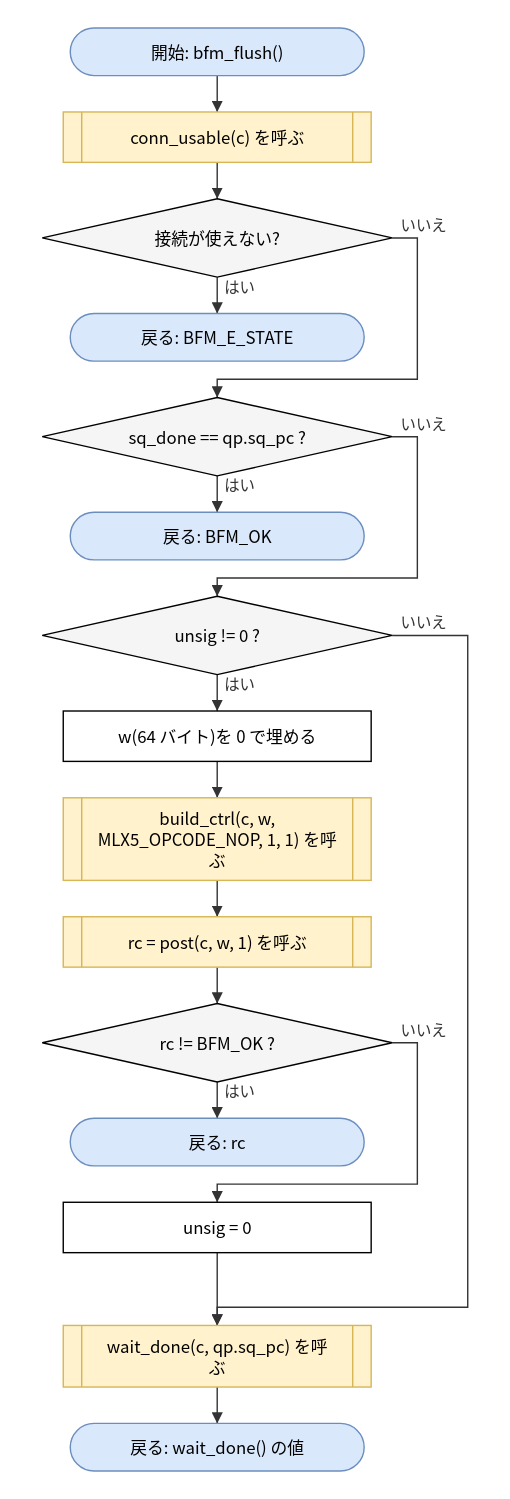
The draw.io diagram doc/spec/images/flow_src_bfm_ops-bfm_flush.drawio.svg in hf355051012-ai/bfmem, before a commit. Source tidied: cells renumbered, new cells last; positions are measured from the earlier drawing's top-left corner, leaving out a move shared by most shapes. Its diagram source:
```xml
<mxGraphModel>
  <root>
    <mxCell id="0" />
    <mxCell id="1" parent="0" />
    <mxCell id="2" value="開始: bfm_flush()" style="rounded=1;arcSize=50;whiteSpace=wrap;html=1;fillColor=#dae8fc;strokeColor=#6c8ebf;" parent="1" vertex="1">
      <mxGeometry x="20" width="210" height="34" as="geometry" />
    </mxCell>
    <mxCell id="3" value="conn_usable(c) を呼ぶ" style="shape=process;whiteSpace=wrap;html=1;backgroundOutline=1;size=0.06;fillColor=#fff2cc;strokeColor=#d6b656;" parent="1" vertex="1">
      <mxGeometry x="15" y="60" width="220" height="36" as="geometry" />
    </mxCell>
    <mxCell id="4" value="接続が使えない?" style="rhombus;whiteSpace=wrap;html=1;fillColor=#f5f5f5;" parent="1" vertex="1">
      <mxGeometry y="122" width="250" height="56" as="geometry" />
    </mxCell>
    <mxCell id="5" value="戻る: BFM_E_STATE" style="rounded=1;arcSize=50;whiteSpace=wrap;html=1;fillColor=#dae8fc;strokeColor=#6c8ebf;" parent="1" vertex="1">
      <mxGeometry x="20" y="204" width="210" height="34" as="geometry" />
    </mxCell>
    <mxCell id="6" value="sq_done == qp.sq_pc ?" style="rhombus;whiteSpace=wrap;html=1;fillColor=#f5f5f5;" parent="1" vertex="1">
      <mxGeometry y="264" width="250" height="56" as="geometry" />
    </mxCell>
    <mxCell id="7" value="戻る: BFM_OK" style="rounded=1;arcSize=50;whiteSpace=wrap;html=1;fillColor=#dae8fc;strokeColor=#6c8ebf;" parent="1" vertex="1">
      <mxGeometry x="20" y="346" width="210" height="34" as="geometry" />
    </mxCell>
    <mxCell id="8" value="unsig != 0 ?" style="rhombus;whiteSpace=wrap;html=1;fillColor=#f5f5f5;" parent="1" vertex="1">
      <mxGeometry y="406" width="250" height="56" as="geometry" />
    </mxCell>
    <mxCell id="9" value="w(64 バイト)を 0 で埋める" style="rounded=0;whiteSpace=wrap;html=1;" parent="1" vertex="1">
      <mxGeometry x="15" y="488" width="220" height="36" as="geometry" />
    </mxCell>
    <mxCell id="10" value="build_ctrl(c, w,&lt;br&gt;MLX5_OPCODE_NOP, 1, 1) を呼&lt;br&gt;ぶ" style="shape=process;whiteSpace=wrap;html=1;backgroundOutline=1;size=0.06;fillColor=#fff2cc;strokeColor=#d6b656;" parent="1" vertex="1">
      <mxGeometry x="15" y="550" width="220" height="59" as="geometry" />
    </mxCell>
    <mxCell id="11" value="rc = post(c, w, 1) を呼ぶ" style="shape=process;whiteSpace=wrap;html=1;backgroundOutline=1;size=0.06;fillColor=#fff2cc;strokeColor=#d6b656;" parent="1" vertex="1">
      <mxGeometry x="15" y="635" width="220" height="36" as="geometry" />
    </mxCell>
    <mxCell id="12" value="rc != BFM_OK ?" style="rhombus;whiteSpace=wrap;html=1;fillColor=#f5f5f5;" parent="1" vertex="1">
      <mxGeometry y="697" width="250" height="56" as="geometry" />
    </mxCell>
    <mxCell id="13" value="戻る: rc" style="rounded=1;arcSize=50;whiteSpace=wrap;html=1;fillColor=#dae8fc;strokeColor=#6c8ebf;" parent="1" vertex="1">
      <mxGeometry x="20" y="779" width="210" height="34" as="geometry" />
    </mxCell>
    <mxCell id="14" value="unsig = 0" style="rounded=0;whiteSpace=wrap;html=1;" parent="1" vertex="1">
      <mxGeometry x="15" y="839" width="220" height="36" as="geometry" />
    </mxCell>
    <mxCell id="15" value="wait_done(c, qp.sq_pc) を呼&lt;br&gt;ぶ" style="shape=process;whiteSpace=wrap;html=1;backgroundOutline=1;size=0.06;fillColor=#fff2cc;strokeColor=#d6b656;" parent="1" vertex="1">
      <mxGeometry x="15" y="927" width="220" height="44" as="geometry" />
    </mxCell>
    <mxCell id="16" value="戻る: wait_done() の値" style="rounded=1;arcSize=50;whiteSpace=wrap;html=1;fillColor=#dae8fc;strokeColor=#6c8ebf;" parent="1" vertex="1">
      <mxGeometry x="20" y="997" width="210" height="34" as="geometry" />
    </mxCell>
    <mxCell id="17" style="edgeStyle=none;html=1;rounded=0;endArrow=block;endFill=1;exitX=0.5000;exitY=1.0000;exitDx=0;exitDy=0;exitPerimeter=0;entryX=0.5000;entryY=0.0000;entryDx=0;entryDy=0;entryPerimeter=0;" parent="1" edge="1" source="2" target="3">
      <mxGeometry relative="1" as="geometry" />
    </mxCell>
    <mxCell id="18" style="edgeStyle=none;html=1;rounded=0;endArrow=block;endFill=1;exitX=0.5000;exitY=1.0000;exitDx=0;exitDy=0;exitPerimeter=0;entryX=0.5000;entryY=0.0000;entryDx=0;entryDy=0;entryPerimeter=0;" parent="1" edge="1" source="3" target="4">
      <mxGeometry relative="1" as="geometry" />
    </mxCell>
    <mxCell id="19" value="はい" style="edgeStyle=none;html=1;rounded=0;endArrow=block;endFill=1;exitX=0.5000;exitY=1.0000;exitDx=0;exitDy=0;exitPerimeter=0;entryX=0.5000;entryY=0.0000;entryDx=0;entryDy=0;entryPerimeter=0;" parent="1" edge="1" source="4" target="5">
      <mxGeometry relative="1" as="geometry" />
    </mxCell>
    <mxCell id="20" value="いいえ" style="edgeStyle=none;html=1;rounded=0;endArrow=block;endFill=1;exitX=1.0000;exitY=0.5000;exitDx=0;exitDy=0;exitPerimeter=0;entryX=0.5000;entryY=0.0000;entryDx=0;entryDy=0;entryPerimeter=0;" parent="1" edge="1" source="4" target="6">
      <mxGeometry relative="1" as="geometry">
        <Array as="points">
          <mxPoint x="268" y="150" />
          <mxPoint x="268" y="251" />
          <mxPoint x="125" y="251" />
        </Array>
      </mxGeometry>
    </mxCell>
    <mxCell id="21" value="はい" style="edgeStyle=none;html=1;rounded=0;endArrow=block;endFill=1;exitX=0.5000;exitY=1.0000;exitDx=0;exitDy=0;exitPerimeter=0;entryX=0.5000;entryY=0.0000;entryDx=0;entryDy=0;entryPerimeter=0;" parent="1" edge="1" source="6" target="7">
      <mxGeometry relative="1" as="geometry" />
    </mxCell>
    <mxCell id="22" value="いいえ" style="edgeStyle=none;html=1;rounded=0;endArrow=block;endFill=1;exitX=1.0000;exitY=0.5000;exitDx=0;exitDy=0;exitPerimeter=0;entryX=0.5000;entryY=0.0000;entryDx=0;entryDy=0;entryPerimeter=0;" parent="1" edge="1" source="6" target="8">
      <mxGeometry relative="1" as="geometry">
        <Array as="points">
          <mxPoint x="268" y="292" />
          <mxPoint x="268" y="393" />
          <mxPoint x="125" y="393" />
        </Array>
      </mxGeometry>
    </mxCell>
    <mxCell id="23" value="はい" style="edgeStyle=none;html=1;rounded=0;endArrow=block;endFill=1;exitX=0.5000;exitY=1.0000;exitDx=0;exitDy=0;exitPerimeter=0;entryX=0.5000;entryY=0.0000;entryDx=0;entryDy=0;entryPerimeter=0;" parent="1" edge="1" source="8" target="9">
      <mxGeometry relative="1" as="geometry" />
    </mxCell>
    <mxCell id="24" style="edgeStyle=none;html=1;rounded=0;endArrow=block;endFill=1;exitX=0.5000;exitY=1.0000;exitDx=0;exitDy=0;exitPerimeter=0;entryX=0.5000;entryY=0.0000;entryDx=0;entryDy=0;entryPerimeter=0;" parent="1" edge="1" source="9" target="10">
      <mxGeometry relative="1" as="geometry" />
    </mxCell>
    <mxCell id="25" style="edgeStyle=none;html=1;rounded=0;endArrow=block;endFill=1;exitX=0.5000;exitY=1.0000;exitDx=0;exitDy=0;exitPerimeter=0;entryX=0.5000;entryY=0.0000;entryDx=0;entryDy=0;entryPerimeter=0;" parent="1" edge="1" source="10" target="11">
      <mxGeometry relative="1" as="geometry" />
    </mxCell>
    <mxCell id="26" style="edgeStyle=none;html=1;rounded=0;endArrow=block;endFill=1;exitX=0.5000;exitY=1.0000;exitDx=0;exitDy=0;exitPerimeter=0;entryX=0.5000;entryY=0.0000;entryDx=0;entryDy=0;entryPerimeter=0;" parent="1" edge="1" source="11" target="12">
      <mxGeometry relative="1" as="geometry" />
    </mxCell>
    <mxCell id="27" value="はい" style="edgeStyle=none;html=1;rounded=0;endArrow=block;endFill=1;exitX=0.5000;exitY=1.0000;exitDx=0;exitDy=0;exitPerimeter=0;entryX=0.5000;entryY=0.0000;entryDx=0;entryDy=0;entryPerimeter=0;" parent="1" edge="1" source="12" target="13">
      <mxGeometry relative="1" as="geometry" />
    </mxCell>
    <mxCell id="28" value="いいえ" style="edgeStyle=none;html=1;rounded=0;endArrow=block;endFill=1;exitX=1.0000;exitY=0.5000;exitDx=0;exitDy=0;exitPerimeter=0;entryX=0.5000;entryY=0.0000;entryDx=0;entryDy=0;entryPerimeter=0;" parent="1" edge="1" source="12" target="14">
      <mxGeometry relative="1" as="geometry">
        <Array as="points">
          <mxPoint x="268" y="725" />
          <mxPoint x="268" y="826" />
          <mxPoint x="125" y="826" />
        </Array>
      </mxGeometry>
    </mxCell>
    <mxCell id="29" style="edgeStyle=none;html=1;rounded=0;endArrow=block;endFill=1;exitX=0.5000;exitY=1.0000;exitDx=0;exitDy=0;exitPerimeter=0;entryX=0.5000;entryY=0.0000;entryDx=0;entryDy=0;entryPerimeter=0;" parent="1" edge="1" source="14" target="15">
      <mxGeometry relative="1" as="geometry" />
    </mxCell>
    <mxCell id="30" value="いいえ" style="edgeStyle=none;html=1;rounded=0;endArrow=block;endFill=1;exitX=1.0000;exitY=0.5000;exitDx=0;exitDy=0;exitPerimeter=0;entryX=0.5000;entryY=0.0000;entryDx=0;entryDy=0;entryPerimeter=0;" parent="1" edge="1" source="8" target="15">
      <mxGeometry relative="1" as="geometry">
        <Array as="points">
          <mxPoint x="304" y="434" />
          <mxPoint x="304" y="914" />
          <mxPoint x="125" y="914" />
        </Array>
      </mxGeometry>
    </mxCell>
    <mxCell id="31" style="edgeStyle=none;html=1;rounded=0;endArrow=block;endFill=1;exitX=0.5000;exitY=1.0000;exitDx=0;exitDy=0;exitPerimeter=0;entryX=0.5000;entryY=0.0000;entryDx=0;entryDy=0;entryPerimeter=0;" parent="1" edge="1" source="15" target="16">
      <mxGeometry relative="1" as="geometry" />
    </mxCell>
  </root>
</mxGraphModel>
```
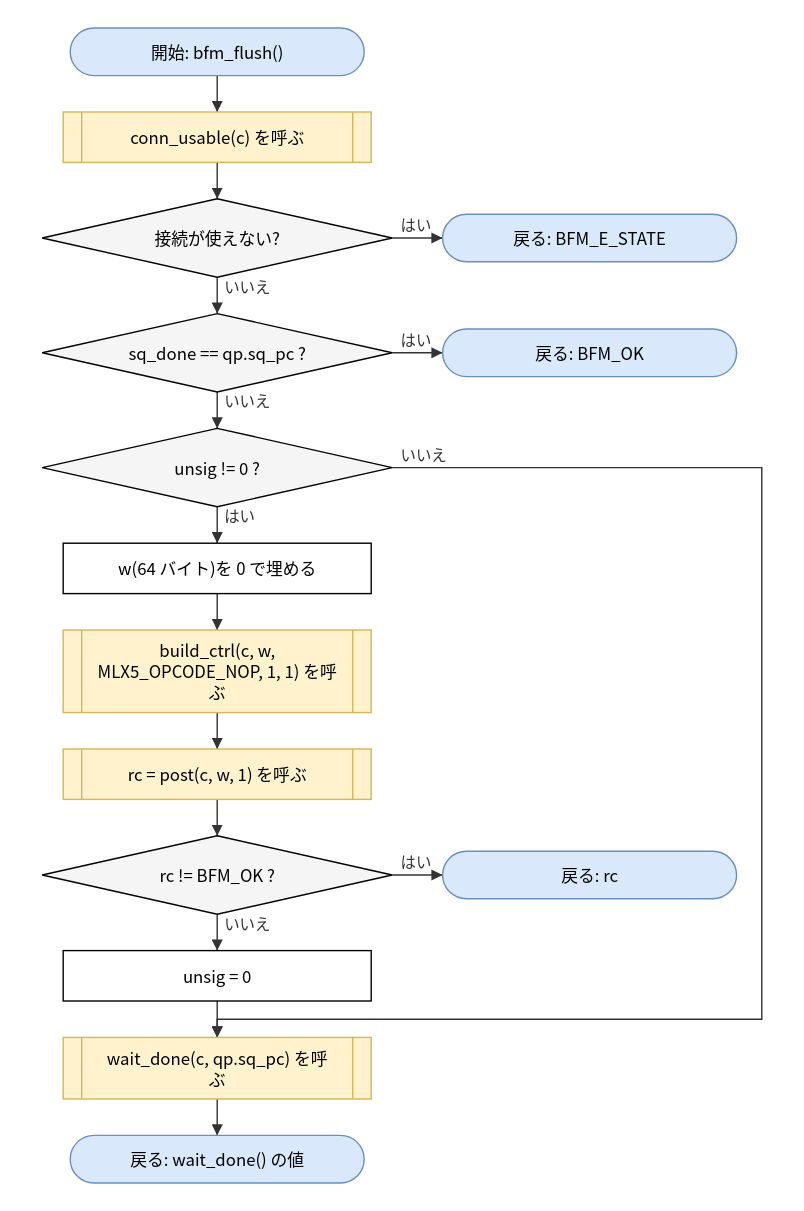
The same diagram one commit later.

The edit, as a diff of the source:
```diff
@@ -12,40 +12,40 @@
       <mxGeometry y="122" width="250" height="56" as="geometry" />
     </mxCell>
     <mxCell id="5" value="戻る: BFM_E_STATE" style="rounded=1;arcSize=50;whiteSpace=wrap;html=1;fillColor=#dae8fc;strokeColor=#6c8ebf;" parent="1" vertex="1">
-      <mxGeometry x="20" y="204" width="210" height="34" as="geometry" />
+      <mxGeometry x="286" y="133" width="210" height="34" as="geometry" />
     </mxCell>
     <mxCell id="6" value="sq_done == qp.sq_pc ?" style="rhombus;whiteSpace=wrap;html=1;fillColor=#f5f5f5;" parent="1" vertex="1">
-      <mxGeometry y="264" width="250" height="56" as="geometry" />
+      <mxGeometry y="204" width="250" height="56" as="geometry" />
     </mxCell>
     <mxCell id="7" value="戻る: BFM_OK" style="rounded=1;arcSize=50;whiteSpace=wrap;html=1;fillColor=#dae8fc;strokeColor=#6c8ebf;" parent="1" vertex="1">
-      <mxGeometry x="20" y="346" width="210" height="34" as="geometry" />
+      <mxGeometry x="286" y="215" width="210" height="34" as="geometry" />
     </mxCell>
     <mxCell id="8" value="unsig != 0 ?" style="rhombus;whiteSpace=wrap;html=1;fillColor=#f5f5f5;" parent="1" vertex="1">
-      <mxGeometry y="406" width="250" height="56" as="geometry" />
+      <mxGeometry y="286" width="250" height="56" as="geometry" />
     </mxCell>
     <mxCell id="9" value="w(64 バイト)を 0 で埋める" style="rounded=0;whiteSpace=wrap;html=1;" parent="1" vertex="1">
-      <mxGeometry x="15" y="488" width="220" height="36" as="geometry" />
+      <mxGeometry x="15" y="368" width="220" height="36" as="geometry" />
     </mxCell>
     <mxCell id="10" value="build_ctrl(c, w,&lt;br&gt;MLX5_OPCODE_NOP, 1, 1) を呼&lt;br&gt;ぶ" style="shape=process;whiteSpace=wrap;html=1;backgroundOutline=1;size=0.06;fillColor=#fff2cc;strokeColor=#d6b656;" parent="1" vertex="1">
-      <mxGeometry x="15" y="550" width="220" height="59" as="geometry" />
+      <mxGeometry x="15" y="430" width="220" height="59" as="geometry" />
     </mxCell>
     <mxCell id="11" value="rc = post(c, w, 1) を呼ぶ" style="shape=process;whiteSpace=wrap;html=1;backgroundOutline=1;size=0.06;fillColor=#fff2cc;strokeColor=#d6b656;" parent="1" vertex="1">
-      <mxGeometry x="15" y="635" width="220" height="36" as="geometry" />
+      <mxGeometry x="15" y="515" width="220" height="36" as="geometry" />
     </mxCell>
     <mxCell id="12" value="rc != BFM_OK ?" style="rhombus;whiteSpace=wrap;html=1;fillColor=#f5f5f5;" parent="1" vertex="1">
-      <mxGeometry y="697" width="250" height="56" as="geometry" />
+      <mxGeometry y="577" width="250" height="56" as="geometry" />
     </mxCell>
     <mxCell id="13" value="戻る: rc" style="rounded=1;arcSize=50;whiteSpace=wrap;html=1;fillColor=#dae8fc;strokeColor=#6c8ebf;" parent="1" vertex="1">
-      <mxGeometry x="20" y="779" width="210" height="34" as="geometry" />
+      <mxGeometry x="286" y="588" width="210" height="34" as="geometry" />
     </mxCell>
     <mxCell id="14" value="unsig = 0" style="rounded=0;whiteSpace=wrap;html=1;" parent="1" vertex="1">
-      <mxGeometry x="15" y="839" width="220" height="36" as="geometry" />
+      <mxGeometry x="15" y="659" width="220" height="36" as="geometry" />
     </mxCell>
     <mxCell id="15" value="wait_done(c, qp.sq_pc) を呼&lt;br&gt;ぶ" style="shape=process;whiteSpace=wrap;html=1;backgroundOutline=1;size=0.06;fillColor=#fff2cc;strokeColor=#d6b656;" parent="1" vertex="1">
-      <mxGeometry x="15" y="927" width="220" height="44" as="geometry" />
+      <mxGeometry x="15" y="721" width="220" height="44" as="geometry" />
     </mxCell>
     <mxCell id="16" value="戻る: wait_done() の値" style="rounded=1;arcSize=50;whiteSpace=wrap;html=1;fillColor=#dae8fc;strokeColor=#6c8ebf;" parent="1" vertex="1">
-      <mxGeometry x="20" y="997" width="210" height="34" as="geometry" />
+      <mxGeometry x="20" y="791" width="210" height="34" as="geometry" />
     </mxCell>
     <mxCell id="17" style="edgeStyle=none;html=1;rounded=0;endArrow=block;endFill=1;exitX=0.5000;exitY=1.0000;exitDx=0;exitDy=0;exitPerimeter=0;entryX=0.5000;entryY=0.0000;entryDx=0;entryDy=0;entryPerimeter=0;" parent="1" edge="1" source="2" target="3">
       <mxGeometry relative="1" as="geometry" />
@@ -53,29 +53,17 @@
     <mxCell id="18" style="edgeStyle=none;html=1;rounded=0;endArrow=block;endFill=1;exitX=0.5000;exitY=1.0000;exitDx=0;exitDy=0;exitPerimeter=0;entryX=0.5000;entryY=0.0000;entryDx=0;entryDy=0;entryPerimeter=0;" parent="1" edge="1" source="3" target="4">
       <mxGeometry relative="1" as="geometry" />
     </mxCell>
-    <mxCell id="19" value="はい" style="edgeStyle=none;html=1;rounded=0;endArrow=block;endFill=1;exitX=0.5000;exitY=1.0000;exitDx=0;exitDy=0;exitPerimeter=0;entryX=0.5000;entryY=0.0000;entryDx=0;entryDy=0;entryPerimeter=0;" parent="1" edge="1" source="4" target="5">
+    <mxCell id="19" value="はい" style="edgeStyle=none;html=1;rounded=0;endArrow=block;endFill=1;exitX=1.0000;exitY=0.5000;exitDx=0;exitDy=0;exitPerimeter=0;entryX=0.0000;entryY=0.5000;entryDx=0;entryDy=0;entryPerimeter=0;" parent="1" edge="1" source="4" target="5">
       <mxGeometry relative="1" as="geometry" />
     </mxCell>
-    <mxCell id="20" value="いいえ" style="edgeStyle=none;html=1;rounded=0;endArrow=block;endFill=1;exitX=1.0000;exitY=0.5000;exitDx=0;exitDy=0;exitPerimeter=0;entryX=0.5000;entryY=0.0000;entryDx=0;entryDy=0;entryPerimeter=0;" parent="1" edge="1" source="4" target="6">
-      <mxGeometry relative="1" as="geometry">
-        <Array as="points">
-          <mxPoint x="268" y="150" />
-          <mxPoint x="268" y="251" />
-          <mxPoint x="125" y="251" />
-        </Array>
-      </mxGeometry>
+    <mxCell id="20" value="いいえ" style="edgeStyle=none;html=1;rounded=0;endArrow=block;endFill=1;exitX=0.5000;exitY=1.0000;exitDx=0;exitDy=0;exitPerimeter=0;entryX=0.5000;entryY=0.0000;entryDx=0;entryDy=0;entryPerimeter=0;" parent="1" edge="1" source="4" target="6">
+      <mxGeometry relative="1" as="geometry" />
     </mxCell>
-    <mxCell id="21" value="はい" style="edgeStyle=none;html=1;rounded=0;endArrow=block;endFill=1;exitX=0.5000;exitY=1.0000;exitDx=0;exitDy=0;exitPerimeter=0;entryX=0.5000;entryY=0.0000;entryDx=0;entryDy=0;entryPerimeter=0;" parent="1" edge="1" source="6" target="7">
+    <mxCell id="21" value="はい" style="edgeStyle=none;html=1;rounded=0;endArrow=block;endFill=1;exitX=1.0000;exitY=0.5000;exitDx=0;exitDy=0;exitPerimeter=0;entryX=0.0000;entryY=0.5000;entryDx=0;entryDy=0;entryPerimeter=0;" parent="1" edge="1" source="6" target="7">
       <mxGeometry relative="1" as="geometry" />
     </mxCell>
-    <mxCell id="22" value="いいえ" style="edgeStyle=none;html=1;rounded=0;endArrow=block;endFill=1;exitX=1.0000;exitY=0.5000;exitDx=0;exitDy=0;exitPerimeter=0;entryX=0.5000;entryY=0.0000;entryDx=0;entryDy=0;entryPerimeter=0;" parent="1" edge="1" source="6" target="8">
-      <mxGeometry relative="1" as="geometry">
-        <Array as="points">
-          <mxPoint x="268" y="292" />
-          <mxPoint x="268" y="393" />
-          <mxPoint x="125" y="393" />
-        </Array>
-      </mxGeometry>
+    <mxCell id="22" value="いいえ" style="edgeStyle=none;html=1;rounded=0;endArrow=block;endFill=1;exitX=0.5000;exitY=1.0000;exitDx=0;exitDy=0;exitPerimeter=0;entryX=0.5000;entryY=0.0000;entryDx=0;entryDy=0;entryPerimeter=0;" parent="1" edge="1" source="6" target="8">
+      <mxGeometry relative="1" as="geometry" />
     </mxCell>
     <mxCell id="23" value="はい" style="edgeStyle=none;html=1;rounded=0;endArrow=block;endFill=1;exitX=0.5000;exitY=1.0000;exitDx=0;exitDy=0;exitPerimeter=0;entryX=0.5000;entryY=0.0000;entryDx=0;entryDy=0;entryPerimeter=0;" parent="1" edge="1" source="8" target="9">
       <mxGeometry relative="1" as="geometry" />
@@ -89,17 +77,11 @@
     <mxCell id="26" style="edgeStyle=none;html=1;rounded=0;endArrow=block;endFill=1;exitX=0.5000;exitY=1.0000;exitDx=0;exitDy=0;exitPerimeter=0;entryX=0.5000;entryY=0.0000;entryDx=0;entryDy=0;entryPerimeter=0;" parent="1" edge="1" source="11" target="12">
       <mxGeometry relative="1" as="geometry" />
     </mxCell>
-    <mxCell id="27" value="はい" style="edgeStyle=none;html=1;rounded=0;endArrow=block;endFill=1;exitX=0.5000;exitY=1.0000;exitDx=0;exitDy=0;exitPerimeter=0;entryX=0.5000;entryY=0.0000;entryDx=0;entryDy=0;entryPerimeter=0;" parent="1" edge="1" source="12" target="13">
+    <mxCell id="27" value="はい" style="edgeStyle=none;html=1;rounded=0;endArrow=block;endFill=1;exitX=1.0000;exitY=0.5000;exitDx=0;exitDy=0;exitPerimeter=0;entryX=0.0000;entryY=0.5000;entryDx=0;entryDy=0;entryPerimeter=0;" parent="1" edge="1" source="12" target="13">
       <mxGeometry relative="1" as="geometry" />
     </mxCell>
-    <mxCell id="28" value="いいえ" style="edgeStyle=none;html=1;rounded=0;endArrow=block;endFill=1;exitX=1.0000;exitY=0.5000;exitDx=0;exitDy=0;exitPerimeter=0;entryX=0.5000;entryY=0.0000;entryDx=0;entryDy=0;entryPerimeter=0;" parent="1" edge="1" source="12" target="14">
-      <mxGeometry relative="1" as="geometry">
-        <Array as="points">
-          <mxPoint x="268" y="725" />
-          <mxPoint x="268" y="826" />
-          <mxPoint x="125" y="826" />
-        </Array>
-      </mxGeometry>
+    <mxCell id="28" value="いいえ" style="edgeStyle=none;html=1;rounded=0;endArrow=block;endFill=1;exitX=0.5000;exitY=1.0000;exitDx=0;exitDy=0;exitPerimeter=0;entryX=0.5000;entryY=0.0000;entryDx=0;entryDy=0;entryPerimeter=0;" parent="1" edge="1" source="12" target="14">
+      <mxGeometry relative="1" as="geometry" />
     </mxCell>
     <mxCell id="29" style="edgeStyle=none;html=1;rounded=0;endArrow=block;endFill=1;exitX=0.5000;exitY=1.0000;exitDx=0;exitDy=0;exitPerimeter=0;entryX=0.5000;entryY=0.0000;entryDx=0;entryDy=0;entryPerimeter=0;" parent="1" edge="1" source="14" target="15">
       <mxGeometry relative="1" as="geometry" />
@@ -107,9 +89,9 @@
     <mxCell id="30" value="いいえ" style="edgeStyle=none;html=1;rounded=0;endArrow=block;endFill=1;exitX=1.0000;exitY=0.5000;exitDx=0;exitDy=0;exitPerimeter=0;entryX=0.5000;entryY=0.0000;entryDx=0;entryDy=0;entryPerimeter=0;" parent="1" edge="1" source="8" target="15">
       <mxGeometry relative="1" as="geometry">
         <Array as="points">
-          <mxPoint x="304" y="434" />
-          <mxPoint x="304" y="914" />
-          <mxPoint x="125" y="914" />
+          <mxPoint x="514" y="314" />
+          <mxPoint x="514" y="708" />
+          <mxPoint x="125" y="708" />
         </Array>
       </mxGeometry>
     </mxCell>
```
